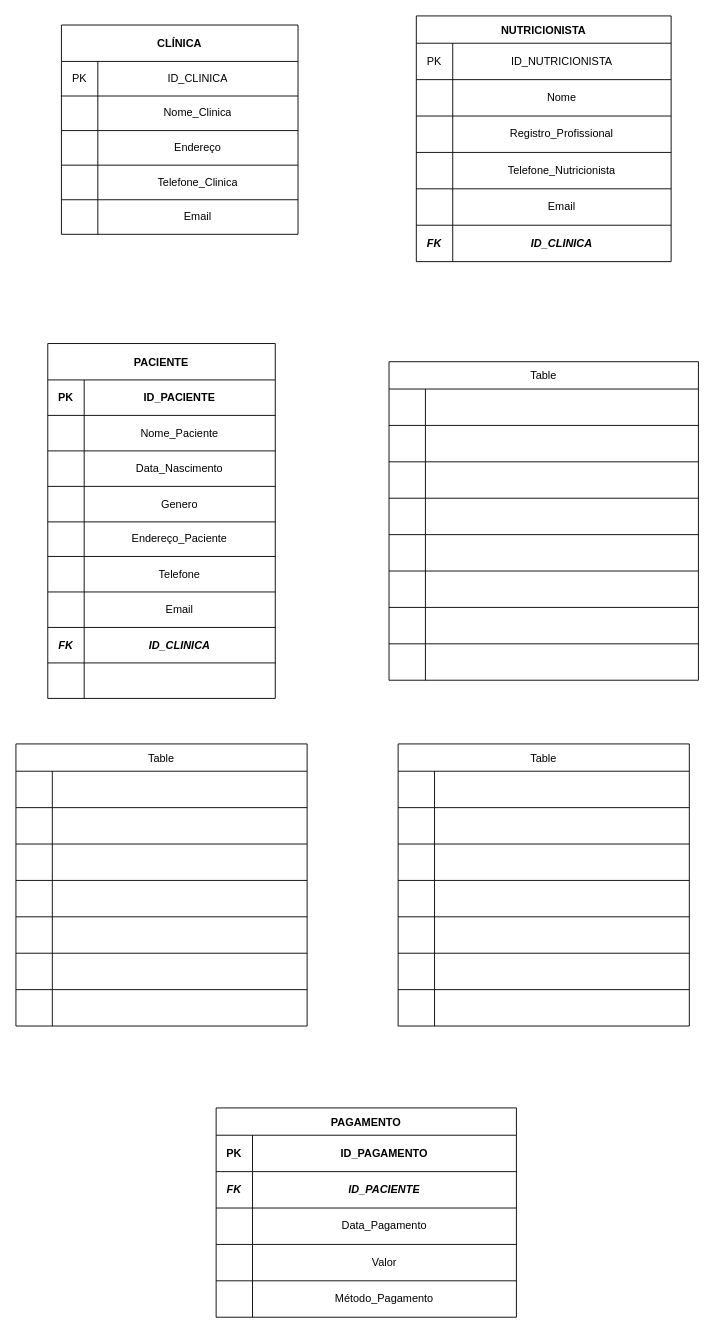
Earlier version of the draw.io diagram Diagrama sem nome.drawio (tifanymoreira/BANCO_DE_DADOS). Source tidied: cells renumbered, new cells numbered last; positions are measured from the earlier drawing's top-left corner, leaving out a move shared by most shapes. Both pictures are drawn from the tidied source at 91%, with x=0, y=0 at pixel (15, 15).
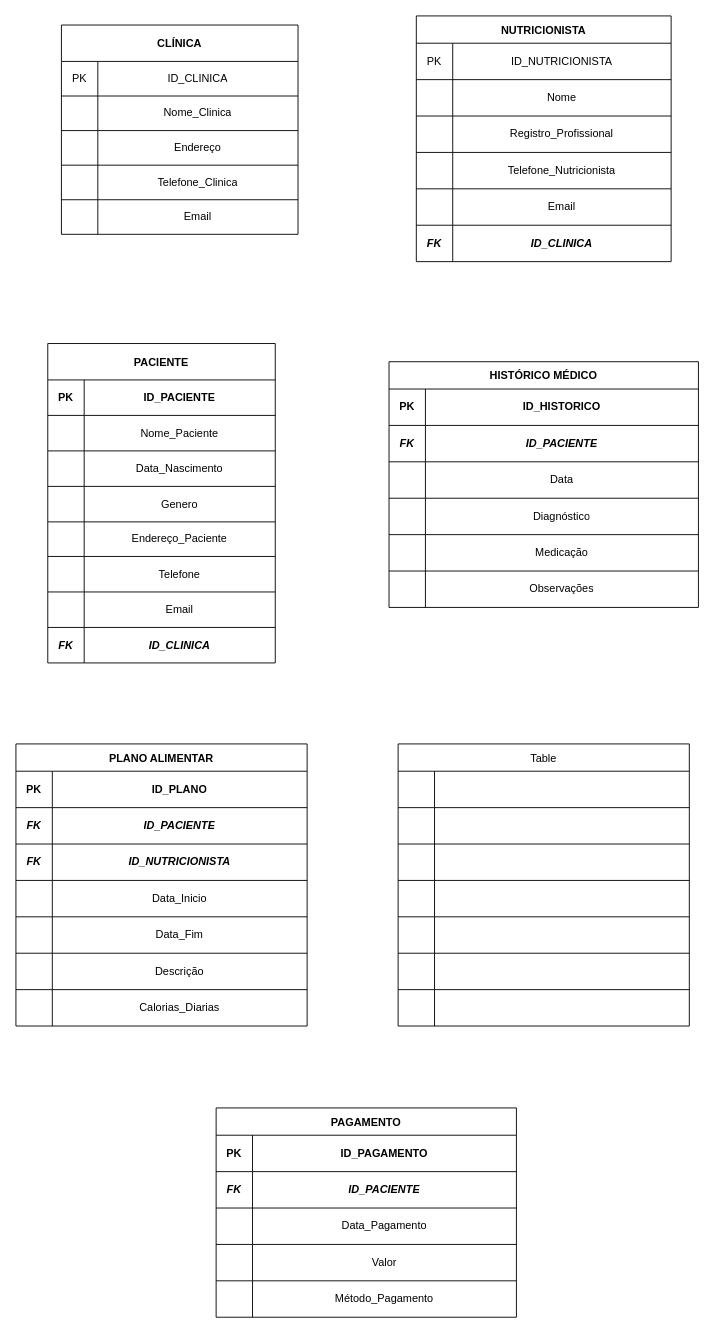
After the change.

Commit message:
DER Atualizado II

The change refers to these unchanged cells:
```xml
<mxCell id="31" style="shape=tableRow;horizontal=0;startSize=0;swimlaneHead=0;swimlaneBody=0;strokeColor=inherit;top=0;left=0;bottom=0;right=0;fillColor=none;" parent="30" vertex="1">
  <mxGeometry y="30" width="340" height="40" as="geometry" />
</mxCell>
<mxCell id="34" style="shape=tableRow;horizontal=0;startSize=0;swimlaneHead=0;swimlaneBody=0;strokeColor=inherit;top=0;left=0;bottom=0;right=0;fillColor=none;" parent="30" vertex="1">
  <mxGeometry y="70" width="340" height="40" as="geometry" />
</mxCell>
<mxCell id="37" style="shape=tableRow;horizontal=0;startSize=0;swimlaneHead=0;swimlaneBody=0;strokeColor=inherit;top=0;left=0;bottom=0;right=0;fillColor=none;" parent="30" vertex="1">
  <mxGeometry y="110" width="340" height="40" as="geometry" />
</mxCell>
<mxCell id="40" style="shape=tableRow;horizontal=0;startSize=0;swimlaneHead=0;swimlaneBody=0;strokeColor=inherit;top=0;left=0;bottom=0;right=0;fillColor=none;" parent="30" vertex="1">
  <mxGeometry y="150" width="340" height="40" as="geometry" />
</mxCell>
<mxCell id="43" style="shape=tableRow;horizontal=0;startSize=0;swimlaneHead=0;swimlaneBody=0;strokeColor=inherit;top=0;left=0;bottom=0;right=0;fillColor=none;" parent="30" vertex="1">
  <mxGeometry y="190" width="340" height="40" as="geometry" />
</mxCell>
<mxCell id="46" style="shape=tableRow;horizontal=0;startSize=0;swimlaneHead=0;swimlaneBody=0;strokeColor=inherit;top=0;left=0;bottom=0;right=0;fillColor=none;" parent="30" vertex="1">
  <mxGeometry y="230" width="340" height="40" as="geometry" />
</mxCell>
<mxCell id="59" style="shape=tableRow;horizontal=0;startSize=0;swimlaneHead=0;swimlaneBody=0;strokeColor=inherit;top=0;left=0;bottom=0;right=0;fillColor=none;" parent="55" vertex="1">
  <mxGeometry y="70" width="320" height="40" as="geometry" />
</mxCell>
<mxCell id="62" style="shape=tableRow;horizontal=0;startSize=0;swimlaneHead=0;swimlaneBody=0;strokeColor=inherit;top=0;left=0;bottom=0;right=0;fillColor=none;" parent="55" vertex="1">
  <mxGeometry y="110" width="320" height="40" as="geometry" />
</mxCell>
<mxCell id="65" style="shape=tableRow;horizontal=0;startSize=0;swimlaneHead=0;swimlaneBody=0;strokeColor=inherit;top=0;left=0;bottom=0;right=0;fillColor=none;" parent="55" vertex="1">
  <mxGeometry y="150" width="320" height="40" as="geometry" />
</mxCell>
<mxCell id="68" style="shape=tableRow;horizontal=0;startSize=0;swimlaneHead=0;swimlaneBody=0;strokeColor=inherit;top=0;left=0;bottom=0;right=0;fillColor=none;" parent="55" vertex="1">
  <mxGeometry y="190" width="320" height="40" as="geometry" />
</mxCell>
<mxCell id="71" style="shape=tableRow;horizontal=0;startSize=0;swimlaneHead=0;swimlaneBody=0;strokeColor=inherit;top=0;left=0;bottom=0;right=0;fillColor=none;" parent="55" vertex="1">
  <mxGeometry y="230" width="320" height="40" as="geometry" />
</mxCell>
<mxCell id="74" style="shape=tableRow;horizontal=0;startSize=0;swimlaneHead=0;swimlaneBody=0;strokeColor=inherit;top=0;left=0;bottom=0;right=0;fillColor=none;" parent="55" vertex="1">
  <mxGeometry y="270" width="320" height="40" as="geometry" />
</mxCell>
```

What changed in the source:
```diff
@@
     <mxCell id="2" value="PACIENTE" style="shape=table;startSize=40;childLayout=tableLayout;fontStyle=1;" parent="1" vertex="1">
-      <mxGeometry x="35" y="360" width="250" height="390" as="geometry" />
+      <mxGeometry x="35" y="360" width="250" height="351" as="geometry" />
     </mxCell>
@@
-    <mxCell id="27" style="shape=tableRow;horizontal=0;startSize=0;swimlaneHead=0;swimlaneBody=0;strokeColor=inherit;top=0;left=0;bottom=0;right=0;fillColor=none;" parent="2" vertex="1">
-      <mxGeometry y="351" width="250" height="39" as="geometry" />
-    </mxCell>
-    <mxCell id="28" style="shape=partialRectangle;html=1;whiteSpace=wrap;strokeColor=inherit;overflow=hidden;fillColor=none;top=0;left=0;bottom=0;right=0;" parent="27" vertex="1">
-      <mxGeometry width="40" height="39" as="geometry" />
-    </mxCell>
-    <mxCell id="29" style="shape=partialRectangle;html=1;whiteSpace=wrap;strokeColor=inherit;overflow=hidden;fillColor=none;top=0;left=0;bottom=0;right=0;" parent="27" vertex="1">
-      <mxGeometry x="40" width="210" height="39" as="geometry" />
-    </mxCell>
-    <mxCell id="30" value="Table" style="shape=table;startSize=30;childLayout=tableLayout;" parent="1" vertex="1">
-      <mxGeometry x="410" y="380" width="340" height="350" as="geometry" />
+    <mxCell id="30" value="HISTÓRICO MÉDICO" style="shape=table;startSize=30;childLayout=tableLayout;fontStyle=1;" parent="1" vertex="1">
+      <mxGeometry x="410" y="380" width="340" height="270" as="geometry" />
     </mxCell>
@@
-    <mxCell id="32" style="shape=partialRectangle;html=1;whiteSpace=wrap;strokeColor=inherit;overflow=hidden;fillColor=none;top=0;left=0;bottom=0;right=0;" parent="31" vertex="1">
+    <mxCell id="32" value="&lt;b&gt;PK&lt;/b&gt;" style="shape=partialRectangle;html=1;whiteSpace=wrap;strokeColor=inherit;overflow=hidden;fillColor=none;top=0;left=0;bottom=0;right=0;" parent="31" vertex="1">
       <mxGeometry width="40" height="40" as="geometry" />
     </mxCell>
-    <mxCell id="33" style="shape=partialRectangle;html=1;whiteSpace=wrap;strokeColor=inherit;overflow=hidden;fillColor=none;top=0;left=0;bottom=0;right=0;" parent="31" vertex="1">
+    <mxCell id="33" value="&lt;b&gt;ID_HISTORICO&lt;/b&gt;" style="shape=partialRectangle;html=1;whiteSpace=wrap;strokeColor=inherit;overflow=hidden;fillColor=none;top=0;left=0;bottom=0;right=0;" parent="31" vertex="1">
       <mxGeometry x="40" width="300" height="40" as="geometry" />
     </mxCell>
@@
-    <mxCell id="35" style="shape=partialRectangle;html=1;whiteSpace=wrap;strokeColor=inherit;overflow=hidden;fillColor=none;top=0;left=0;bottom=0;right=0;" parent="34" vertex="1">
+    <mxCell id="35" value="&lt;b&gt;&lt;i&gt;FK&lt;/i&gt;&lt;/b&gt;" style="shape=partialRectangle;html=1;whiteSpace=wrap;strokeColor=inherit;overflow=hidden;fillColor=none;top=0;left=0;bottom=0;right=0;" parent="34" vertex="1">
       <mxGeometry width="40" height="40" as="geometry" />
     </mxCell>
-    <mxCell id="36" style="shape=partialRectangle;html=1;whiteSpace=wrap;strokeColor=inherit;overflow=hidden;fillColor=none;top=0;left=0;bottom=0;right=0;" parent="34" vertex="1">
+    <mxCell id="36" value="&lt;b&gt;&lt;i&gt;ID_PACIENTE&lt;/i&gt;&lt;/b&gt;" style="shape=partialRectangle;html=1;whiteSpace=wrap;strokeColor=inherit;overflow=hidden;fillColor=none;top=0;left=0;bottom=0;right=0;" parent="34" vertex="1">
       <mxGeometry x="40" width="300" height="40" as="geometry" />
     </mxCell>
@@
-    <mxCell id="39" style="shape=partialRectangle;html=1;whiteSpace=wrap;strokeColor=inherit;overflow=hidden;fillColor=none;top=0;left=0;bottom=0;right=0;" parent="37" vertex="1">
+    <mxCell id="39" value="Data" style="shape=partialRectangle;html=1;whiteSpace=wrap;strokeColor=inherit;overflow=hidden;fillColor=none;top=0;left=0;bottom=0;right=0;" parent="37" vertex="1">
       <mxGeometry x="40" width="300" height="40" as="geometry" />
     </mxCell>
@@
-    <mxCell id="42" style="shape=partialRectangle;html=1;whiteSpace=wrap;strokeColor=inherit;overflow=hidden;fillColor=none;top=0;left=0;bottom=0;right=0;" parent="40" vertex="1">
+    <mxCell id="42" value="Diagnóstico" style="shape=partialRectangle;html=1;whiteSpace=wrap;strokeColor=inherit;overflow=hidden;fillColor=none;top=0;left=0;bottom=0;right=0;" parent="40" vertex="1">
       <mxGeometry x="40" width="300" height="40" as="geometry" />
     </mxCell>
@@
-    <mxCell id="45" style="shape=partialRectangle;html=1;whiteSpace=wrap;strokeColor=inherit;overflow=hidden;fillColor=none;top=0;left=0;bottom=0;right=0;" parent="43" vertex="1">
+    <mxCell id="45" value="Medicação" style="shape=partialRectangle;html=1;whiteSpace=wrap;strokeColor=inherit;overflow=hidden;fillColor=none;top=0;left=0;bottom=0;right=0;" parent="43" vertex="1">
       <mxGeometry x="40" width="300" height="40" as="geometry" />
     </mxCell>
@@
-    <mxCell id="48" style="shape=partialRectangle;html=1;whiteSpace=wrap;strokeColor=inherit;overflow=hidden;fillColor=none;top=0;left=0;bottom=0;right=0;" parent="46" vertex="1">
+    <mxCell id="48" value="Observações" style="shape=partialRectangle;html=1;whiteSpace=wrap;strokeColor=inherit;overflow=hidden;fillColor=none;top=0;left=0;bottom=0;right=0;" parent="46" vertex="1">
       <mxGeometry x="40" width="300" height="40" as="geometry" />
     </mxCell>
-    <mxCell id="49" style="shape=tableRow;horizontal=0;startSize=0;swimlaneHead=0;swimlaneBody=0;strokeColor=inherit;top=0;left=0;bottom=0;right=0;fillColor=none;" parent="30" vertex="1">
-      <mxGeometry y="270" width="340" height="40" as="geometry" />
-    </mxCell>
-    <mxCell id="50" style="shape=partialRectangle;html=1;whiteSpace=wrap;strokeColor=inherit;overflow=hidden;fillColor=none;top=0;left=0;bottom=0;right=0;" parent="49" vertex="1">
-      <mxGeometry width="40" height="40" as="geometry" />
-    </mxCell>
-    <mxCell id="51" style="shape=partialRectangle;html=1;whiteSpace=wrap;strokeColor=inherit;overflow=hidden;fillColor=none;top=0;left=0;bottom=0;right=0;" parent="49" vertex="1">
-      <mxGeometry x="40" width="300" height="40" as="geometry" />
-    </mxCell>
-    <mxCell id="52" style="shape=tableRow;horizontal=0;startSize=0;swimlaneHead=0;swimlaneBody=0;strokeColor=inherit;top=0;left=0;bottom=0;right=0;fillColor=none;" parent="30" vertex="1">
-      <mxGeometry y="310" width="340" height="40" as="geometry" />
-    </mxCell>
-    <mxCell id="53" style="shape=partialRectangle;html=1;whiteSpace=wrap;strokeColor=inherit;overflow=hidden;fillColor=none;top=0;left=0;bottom=0;right=0;" parent="52" vertex="1">
-      <mxGeometry width="40" height="40" as="geometry" />
-    </mxCell>
-    <mxCell id="54" style="shape=partialRectangle;html=1;whiteSpace=wrap;strokeColor=inherit;overflow=hidden;fillColor=none;top=0;left=0;bottom=0;right=0;" parent="52" vertex="1">
-      <mxGeometry x="40" width="300" height="40" as="geometry" />
-    </mxCell>
-    <mxCell id="55" value="Table" style="shape=table;startSize=30;childLayout=tableLayout;" parent="1" vertex="1">
+    <mxCell id="55" value="PLANO ALIMENTAR" style="shape=table;startSize=30;childLayout=tableLayout;fontStyle=1;" parent="1" vertex="1">
       <mxGeometry y="800" width="320" height="310" as="geometry" />
     </mxCell>
-    <mxCell id="56" style="shape=tableRow;horizontal=0;startSize=0;swimlaneHead=0;swimlaneBody=0;strokeColor=inherit;top=0;left=0;bottom=0;right=0;fillColor=none;" parent="55" vertex="1">
+    <mxCell id="56" style="shape=tableRow;horizontal=0;startSize=0;swimlaneHead=0;swimlaneBody=0;strokeColor=inherit;top=0;left=0;bottom=0;right=0;fillColor=none;fontStyle=1;" parent="55" vertex="1">
       <mxGeometry y="30" width="320" height="40" as="geometry" />
     </mxCell>
-    <mxCell id="57" style="shape=partialRectangle;html=1;whiteSpace=wrap;strokeColor=inherit;overflow=hidden;fillColor=none;top=0;left=0;bottom=0;right=0;" parent="56" vertex="1">
+    <mxCell id="57" value="&lt;b&gt;PK&lt;/b&gt;" style="shape=partialRectangle;html=1;whiteSpace=wrap;strokeColor=inherit;overflow=hidden;fillColor=none;top=0;left=0;bottom=0;right=0;" parent="56" vertex="1">
       <mxGeometry width="40" height="40" as="geometry" />
     </mxCell>
-    <mxCell id="58" style="shape=partialRectangle;html=1;whiteSpace=wrap;strokeColor=inherit;overflow=hidden;fillColor=none;top=0;left=0;bottom=0;right=0;" parent="56" vertex="1">
+    <mxCell id="58" value="ID_PLANO" style="shape=partialRectangle;html=1;whiteSpace=wrap;strokeColor=inherit;overflow=hidden;fillColor=none;top=0;left=0;bottom=0;right=0;fontStyle=1;" parent="56" vertex="1">
       <mxGeometry x="40" width="280" height="40" as="geometry" />
     </mxCell>
@@
-    <mxCell id="60" style="shape=partialRectangle;html=1;whiteSpace=wrap;strokeColor=inherit;overflow=hidden;fillColor=none;top=0;left=0;bottom=0;right=0;" parent="59" vertex="1">
+    <mxCell id="60" value="FK" style="shape=partialRectangle;html=1;whiteSpace=wrap;strokeColor=inherit;overflow=hidden;fillColor=none;top=0;left=0;bottom=0;right=0;fontStyle=3;" parent="59" vertex="1">
       <mxGeometry width="40" height="40" as="geometry" />
     </mxCell>
-    <mxCell id="61" style="shape=partialRectangle;html=1;whiteSpace=wrap;strokeColor=inherit;overflow=hidden;fillColor=none;top=0;left=0;bottom=0;right=0;" parent="59" vertex="1">
+    <mxCell id="61" value="&lt;b&gt;&lt;i&gt;ID_PACIENTE&lt;/i&gt;&lt;/b&gt;" style="shape=partialRectangle;html=1;whiteSpace=wrap;strokeColor=inherit;overflow=hidden;fillColor=none;top=0;left=0;bottom=0;right=0;" parent="59" vertex="1">
       <mxGeometry x="40" width="280" height="40" as="geometry" />
     </mxCell>
@@
-    <mxCell id="63" style="shape=partialRectangle;html=1;whiteSpace=wrap;strokeColor=inherit;overflow=hidden;fillColor=none;top=0;left=0;bottom=0;right=0;" parent="62" vertex="1">
+    <mxCell id="63" value="&lt;b&gt;&lt;i&gt;FK&lt;/i&gt;&lt;/b&gt;" style="shape=partialRectangle;html=1;whiteSpace=wrap;strokeColor=inherit;overflow=hidden;fillColor=none;top=0;left=0;bottom=0;right=0;" parent="62" vertex="1">
       <mxGeometry width="40" height="40" as="geometry" />
     </mxCell>
-    <mxCell id="64" style="shape=partialRectangle;html=1;whiteSpace=wrap;strokeColor=inherit;overflow=hidden;fillColor=none;top=0;left=0;bottom=0;right=0;" parent="62" vertex="1">
+    <mxCell id="64" value="ID_NUTRICIONISTA" style="shape=partialRectangle;html=1;whiteSpace=wrap;strokeColor=inherit;overflow=hidden;fillColor=none;top=0;left=0;bottom=0;right=0;fontStyle=3;" parent="62" vertex="1">
       <mxGeometry x="40" width="280" height="40" as="geometry" />
     </mxCell>
@@
-    <mxCell id="67" style="shape=partialRectangle;html=1;whiteSpace=wrap;strokeColor=inherit;overflow=hidden;fillColor=none;top=0;left=0;bottom=0;right=0;" parent="65" vertex="1">
+    <mxCell id="67" value="Data_Inicio" style="shape=partialRectangle;html=1;whiteSpace=wrap;strokeColor=inherit;overflow=hidden;fillColor=none;top=0;left=0;bottom=0;right=0;" parent="65" vertex="1">
       <mxGeometry x="40" width="280" height="40" as="geometry" />
     </mxCell>
@@
-    <mxCell id="70" style="shape=partialRectangle;html=1;whiteSpace=wrap;strokeColor=inherit;overflow=hidden;fillColor=none;top=0;left=0;bottom=0;right=0;" parent="68" vertex="1">
+    <mxCell id="70" value="Data_Fim" style="shape=partialRectangle;html=1;whiteSpace=wrap;strokeColor=inherit;overflow=hidden;fillColor=none;top=0;left=0;bottom=0;right=0;" parent="68" vertex="1">
       <mxGeometry x="40" width="280" height="40" as="geometry" />
     </mxCell>
@@
-    <mxCell id="73" style="shape=partialRectangle;html=1;whiteSpace=wrap;strokeColor=inherit;overflow=hidden;fillColor=none;top=0;left=0;bottom=0;right=0;" parent="71" vertex="1">
+    <mxCell id="73" value="Descrição" style="shape=partialRectangle;html=1;whiteSpace=wrap;strokeColor=inherit;overflow=hidden;fillColor=none;top=0;left=0;bottom=0;right=0;" parent="71" vertex="1">
       <mxGeometry x="40" width="280" height="40" as="geometry" />
     </mxCell>
@@
-    <mxCell id="76" style="shape=partialRectangle;html=1;whiteSpace=wrap;strokeColor=inherit;overflow=hidden;fillColor=none;top=0;left=0;bottom=0;right=0;" parent="74" vertex="1">
+    <mxCell id="76" value="Calorias_Diarias" style="shape=partialRectangle;html=1;whiteSpace=wrap;strokeColor=inherit;overflow=hidden;fillColor=none;top=0;left=0;bottom=0;right=0;" parent="74" vertex="1">
       <mxGeometry x="40" width="280" height="40" as="geometry" />
     </mxCell>
```
